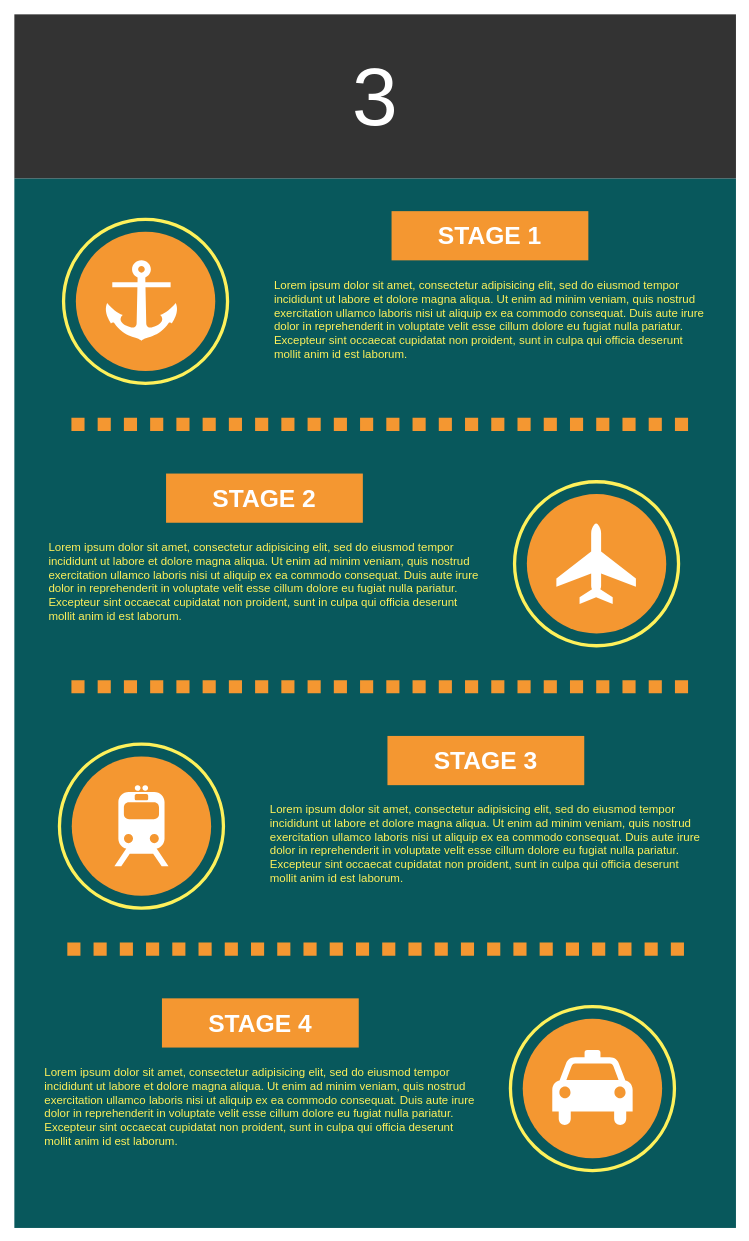
Above: Untitled Diagram.drawio in lucasdreger/diagrams (draw.io), before the change. Source tidied: cells renumbered, new cells numbered last; positions are measured from the earlier drawing's top-left corner, leaving out a move shared by most shapes. Both pictures are drawn from the tidied source at 82%, with x=0, y=0 at pixel (14, 14).
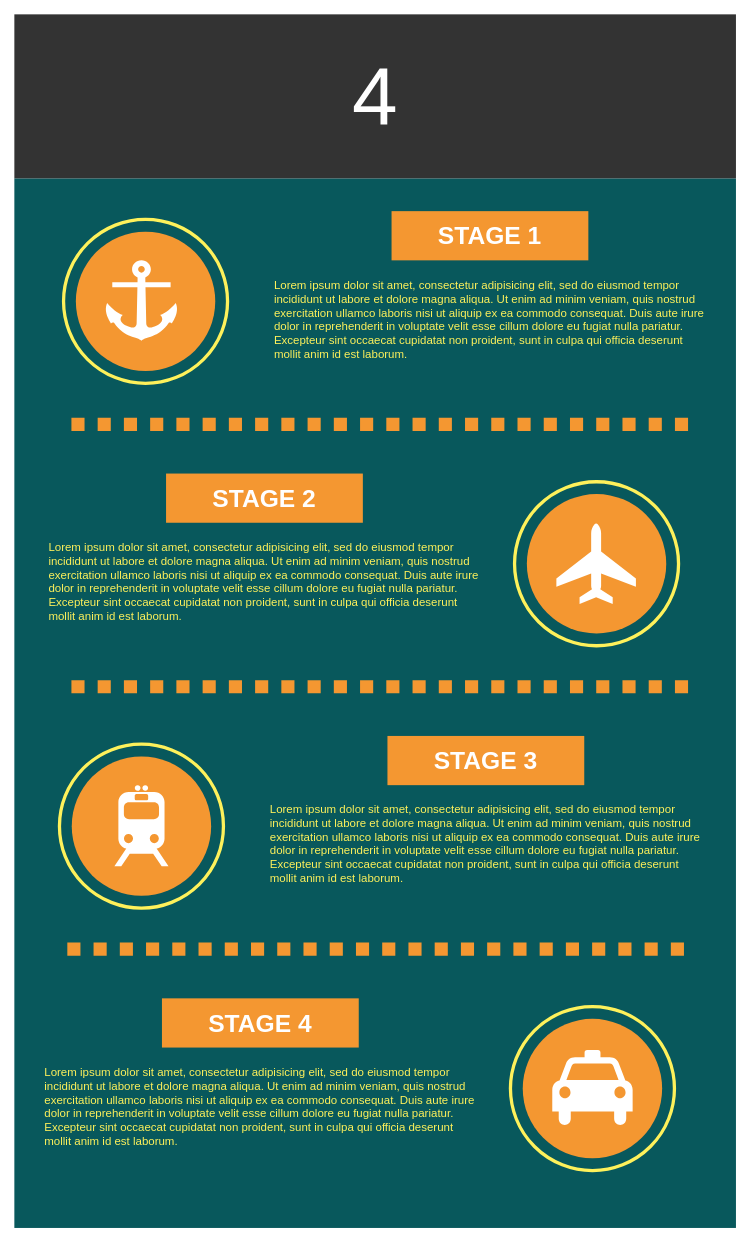
The same page after the edit.

Diff of the diagram source:
```diff
@@
-    <mxCell id="3" value="3" style="whiteSpace=wrap;html=1;rounded=0;shadow=0;dashed=0;strokeColor=none;strokeWidth=4;fillColor=#333333;gradientColor=none;fontFamily=Helvetica;fontSize=100;fontColor=#FFFFFF;align=center;" parent="1" vertex="1">
+    <mxCell id="3" value="4" style="whiteSpace=wrap;html=1;rounded=0;shadow=0;dashed=0;strokeColor=none;strokeWidth=4;fillColor=#333333;gradientColor=none;fontFamily=Helvetica;fontSize=100;fontColor=#FFFFFF;align=center;" parent="1" vertex="1">
       <mxGeometry width="880" height="200" as="geometry" />
     </mxCell>
```
